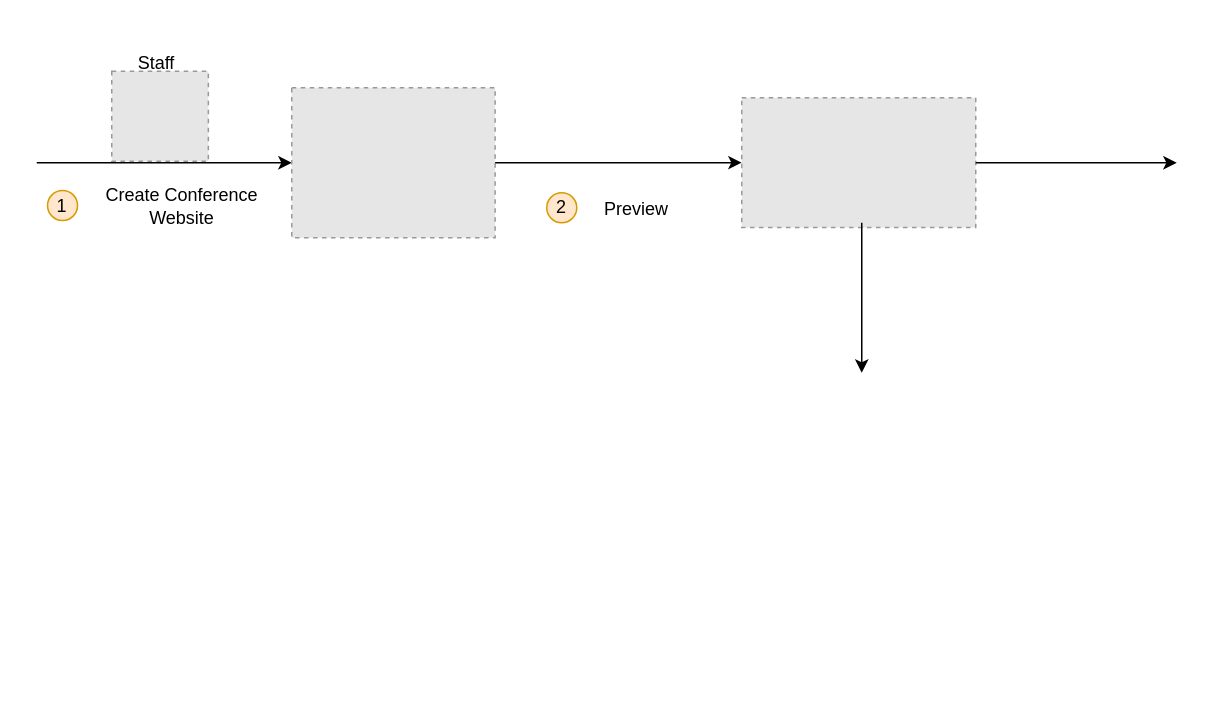
This is website_creation.drawio from ThuongHoang456189/prepare-23-05-2023-files, a draw.io file, before an edit. Source tidied: cells renumbered, new cells numbered last; positions are measured from the earlier drawing's top-left corner, leaving out a move shared by most shapes. Both pictures are drawn from the tidied source at 150%, with x=0, y=0 at pixel (36, 26). Pictures stored in the file or linked from it are replaced by grey dashed boxes.
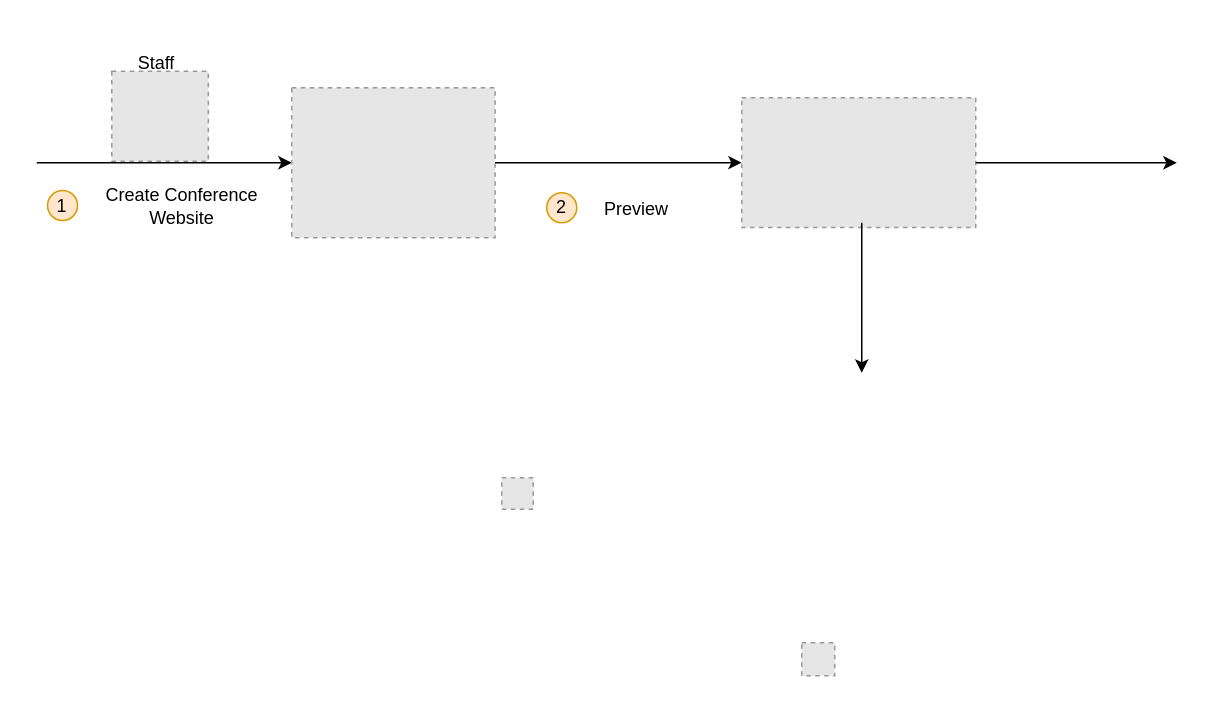
Above is the later version.

Diff of the diagram source:
```diff
@@
+    <mxCell id="18" style="fillColor=#E6E6E6;strokeColor=#999999;dashed=1;verticalLabelPosition=bottom;labelBackgroundColor=default;verticalAlign=top;" parent="1" vertex="1">
+      <mxGeometry x="510" y="411" width="22" height="22" as="geometry" />
+    </mxCell>
+    <mxCell id="19" style="fillColor=#E6E6E6;strokeColor=#999999;dashed=1;verticalLabelPosition=bottom;labelBackgroundColor=default;verticalAlign=top;" parent="1" vertex="1">
+      <mxGeometry x="310" y="301" width="21" height="21" as="geometry" />
+    </mxCell>
```
